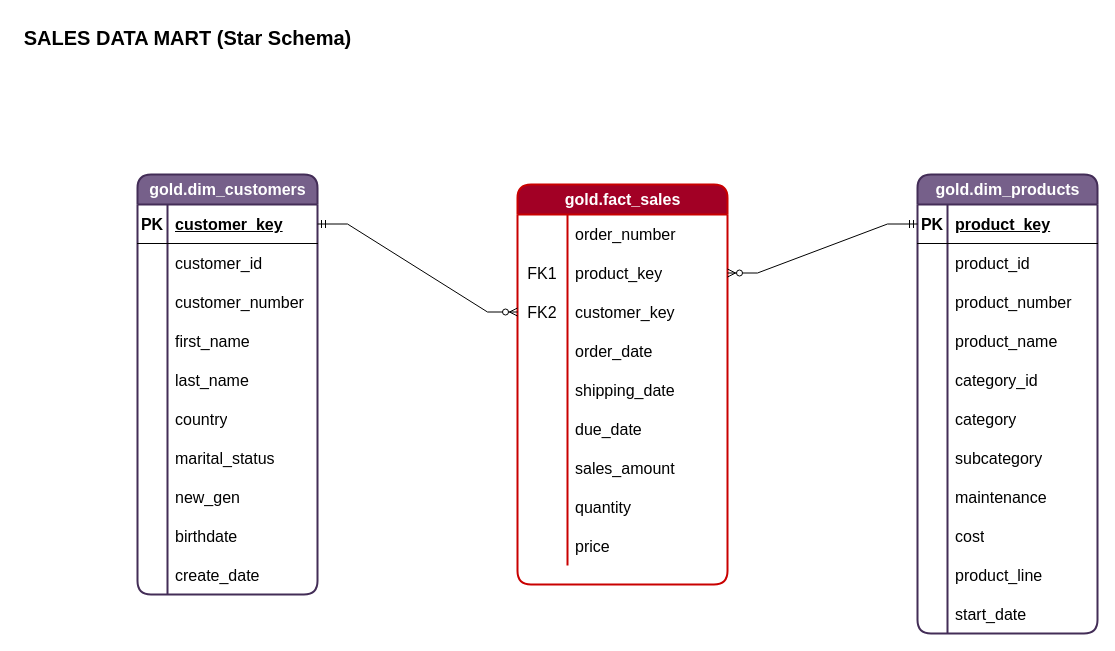
Teovi13/sql-data-warehouse-project keeps this draw.io diagram as docs/star_schema.drawio. Above is the earlier version. Source tidied: cells renumbered, new cells numbered last; positions are measured from the earlier drawing's top-left corner, leaving out a move shared by most shapes. Both pictures are drawn from the tidied source at 100%, with x=0, y=0 at pixel (17, 17).
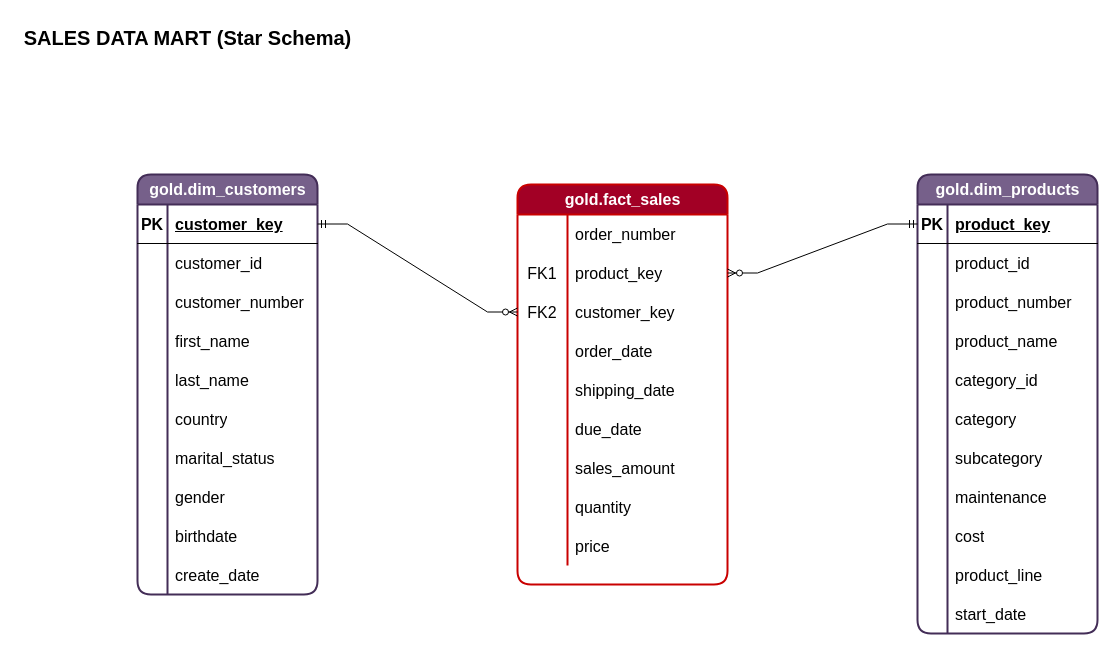
The same diagram, later.

Commit message (it also covers changes not shown here):
Add validator tests, fix docs, rename new_gen to gender

The change refers to these unchanged cells:
```xml
<mxCell id="25" style="shape=tableRow;horizontal=0;startSize=0;swimlaneHead=0;swimlaneBody=0;fillColor=none;top=0;left=0;right=0;bottom=0;fontSize=16;fontColor=#000000;strokeColor=#000000;" parent="3" vertex="1">
  <mxGeometry y="303" width="180" height="39" as="geometry" />
</mxCell>
```

Diff of the diagram source:
```diff
@@
-    <mxCell id="27" value="new_gen" style="shape=partialRectangle;fillColor=none;top=0;left=0;bottom=0;right=0;align=left;spacingLeft=6;overflow=hidden;whiteSpace=wrap;html=1;fontSize=16;fontColor=#000000;strokeColor=#000000;" parent="25" vertex="1">
+    <mxCell id="27" value="gender" style="shape=partialRectangle;fillColor=none;top=0;left=0;bottom=0;right=0;align=left;spacingLeft=6;overflow=hidden;whiteSpace=wrap;html=1;fontSize=16;fontColor=#000000;strokeColor=#000000;" parent="25" vertex="1">
       <mxGeometry x="30" width="150" height="39" as="geometry" />
     </mxCell>
```
